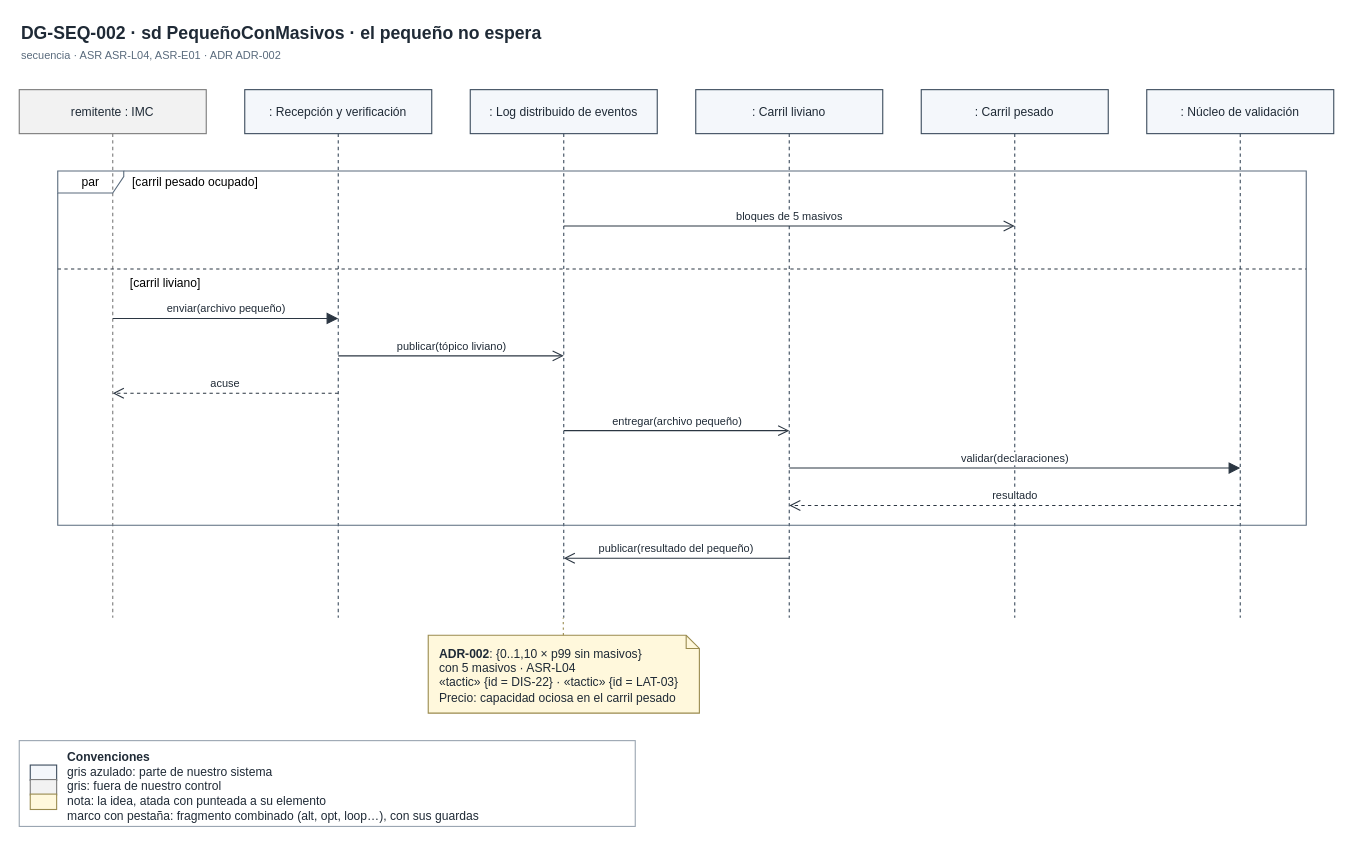
Before: page "DG-SEQ-002 · Aislamiento de carga" (29 of 51) of docs/modelos/drawio/orquidea.drawio in MATI-MBIT/arqsoft-reto-4, a draw.io diagram. Source tidied: cells renumbered, new cells numbered last; positions are measured from the earlier drawing's top-left corner, leaving out a move shared by most shapes. Both pictures are drawn from the tidied source at 110%, with x=0, y=0 at pixel (19, 19).
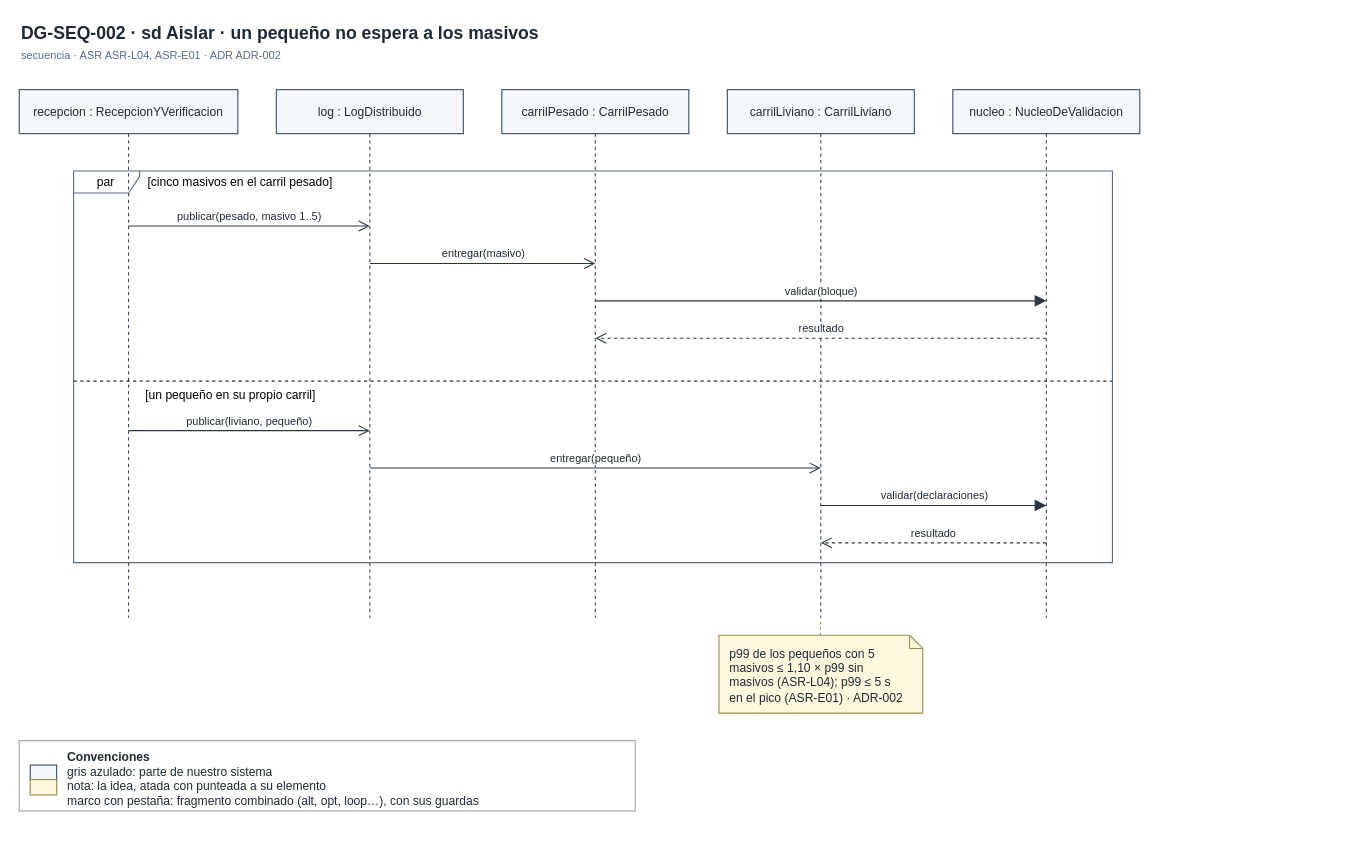
The same page after the edit.

What changed in the source:
```diff
@@
-    <mxCell id="2" value="&lt;b&gt;DG-SEQ-002&lt;/b&gt; · sd PequeñoConMasivos · el pequeño no espera" style="text;html=1;align=left;verticalAlign=middle;fontSize=16;fontStyle=1;fontColor=#1F2A36;" parent="1" vertex="1">
-      <mxGeometry width="1195" height="24" as="geometry" />
+    <mxCell id="2" value="&lt;b&gt;DG-SEQ-002&lt;/b&gt; · sd Aislar · un pequeño no espera a los masivos" style="text;html=1;align=left;verticalAlign=middle;fontSize=16;fontStyle=1;fontColor=#1F2A36;" parent="1" vertex="1">
+      <mxGeometry width="1018.7" height="24" as="geometry" />
     </mxCell>
     <mxCell id="3" value="secuencia · ASR ASR-L04, ASR-E01 · ADR ADR-002" style="text;html=1;align=left;verticalAlign=middle;fontSize=10;fontColor=#5A6B7D;" parent="1" vertex="1">
-      <mxGeometry y="26" width="1195" height="14" as="geometry" />
+      <mxGeometry y="26" width="1018.7" height="14" as="geometry" />
     </mxCell>
-    <mxCell id="4" value="remitente : IMC" style="shape=umlLifeline;perimeter=lifelinePerimeter;whiteSpace=wrap;html=1;outlineConnect=0;portConstraint=eastwest;size=40;fontSize=11;estereotipo=external;fillColor=#F2F2F2;strokeColor=#7A7A7A;fila=T2;fontColor=#1F2A36;" parent="1" vertex="1">
-      <mxGeometry y="64" width="170" height="480" as="geometry" />
-    </mxCell>
-    <mxCell id="5" value=": Recepción y verificación" style="shape=umlLifeline;perimeter=lifelinePerimeter;whiteSpace=wrap;html=1;outlineConnect=0;portConstraint=eastwest;size=40;fontSize=11;fillColor=#F4F7FB;strokeColor=#3B4B5C;fila=T1;fontColor=#1F2A36;" parent="1" vertex="1">
-      <mxGeometry x="205" y="64" width="170" height="480" as="geometry" />
-    </mxCell>
-    <mxCell id="6" value=": Log distribuido de eventos" style="shape=umlLifeline;perimeter=lifelinePerimeter;whiteSpace=wrap;html=1;outlineConnect=0;portConstraint=eastwest;size=40;fontSize=11;fillColor=#F4F7FB;strokeColor=#3B4B5C;fila=T1;fontColor=#1F2A36;" parent="1" vertex="1">
-      <mxGeometry x="410" y="64" width="170" height="480" as="geometry" />
-    </mxCell>
-    <mxCell id="7" value=": Carril liviano" style="shape=umlLifeline;perimeter=lifelinePerimeter;whiteSpace=wrap;html=1;outlineConnect=0;portConstraint=eastwest;size=40;fontSize=11;fillColor=#F4F7FB;strokeColor=#3B4B5C;fila=T1;fontColor=#1F2A36;" parent="1" vertex="1">
-      <mxGeometry x="615" y="64" width="170" height="480" as="geometry" />
-    </mxCell>
-    <mxCell id="8" value=": Carril pesado" style="shape=umlLifeline;perimeter=lifelinePerimeter;whiteSpace=wrap;html=1;outlineConnect=0;portConstraint=eastwest;size=40;fontSize=11;fillColor=#F4F7FB;strokeColor=#3B4B5C;fila=T1;fontColor=#1F2A36;" parent="1" vertex="1">
-      <mxGeometry x="820" y="64" width="170" height="480" as="geometry" />
-    </mxCell>
-    <mxCell id="9" value=": Núcleo de validación" style="shape=umlLifeline;perimeter=lifelinePerimeter;whiteSpace=wrap;html=1;outlineConnect=0;portConstraint=eastwest;size=40;fontSize=11;fillColor=#F4F7FB;strokeColor=#3B4B5C;fila=T1;fontColor=#1F2A36;" parent="1" vertex="1">
-      <mxGeometry x="1025" y="64" width="170" height="480" as="geometry" />
-    </mxCell>
+    <mxCell id="28" value="recepcion : RecepcionYVerificacion" style="shape=umlLifeline;perimeter=lifelinePerimeter;whiteSpace=wrap;html=1;outlineConnect=0;portConstraint=eastwest;size=40;fontSize=11;fillColor=#F4F7FB;strokeColor=#3B4B5C;fila=T1;fontColor=#1F2A36;" parent="1" vertex="1">
+      <mxGeometry y="64" width="198.7" height="480" as="geometry" />
+    </mxCell>
+    <mxCell id="29" value="log : LogDistribuido" style="shape=umlLifeline;perimeter=lifelinePerimeter;whiteSpace=wrap;html=1;outlineConnect=0;portConstraint=eastwest;size=40;fontSize=11;fillColor=#F4F7FB;strokeColor=#3B4B5C;fila=T1;fontColor=#1F2A36;" parent="1" vertex="1">
+      <mxGeometry x="233.7" y="64" width="170" height="480" as="geometry" />
+    </mxCell>
+    <mxCell id="30" value="carrilPesado : CarrilPesado" style="shape=umlLifeline;perimeter=lifelinePerimeter;whiteSpace=wrap;html=1;outlineConnect=0;portConstraint=eastwest;size=40;fontSize=11;fillColor=#F4F7FB;strokeColor=#3B4B5C;fila=T1;fontColor=#1F2A36;" parent="1" vertex="1">
+      <mxGeometry x="438.7" y="64" width="170" height="480" as="geometry" />
+    </mxCell>
+    <mxCell id="31" value="carrilLiviano : CarrilLiviano" style="shape=umlLifeline;perimeter=lifelinePerimeter;whiteSpace=wrap;html=1;outlineConnect=0;portConstraint=eastwest;size=40;fontSize=11;fillColor=#F4F7FB;strokeColor=#3B4B5C;fila=T1;fontColor=#1F2A36;" parent="1" vertex="1">
+      <mxGeometry x="643.7" y="64" width="170" height="480" as="geometry" />
+    </mxCell>
+    <mxCell id="32" value="nucleo : NucleoDeValidacion" style="shape=umlLifeline;perimeter=lifelinePerimeter;whiteSpace=wrap;html=1;outlineConnect=0;portConstraint=eastwest;size=40;fontSize=11;fillColor=#F4F7FB;strokeColor=#3B4B5C;fila=T1;fontColor=#1F2A36;" parent="1" vertex="1">
+      <mxGeometry x="848.7" y="64" width="170" height="480" as="geometry" />
+    </mxCell>
     <mxCell id="10" value="par" style="shape=umlFrame;whiteSpace=wrap;html=1;width=60;height=20;fontSize=11;estereotipo=ninguno;fillColor=none;strokeColor=#5A6B7D;fila=C13;" parent="1" vertex="1">
-      <mxGeometry x="35" y="138" width="1135" height="322" as="geometry" />
+      <mxGeometry x="49.4" y="138" width="944.4" height="356" as="geometry" />
     </mxCell>
-    <mxCell id="11" value="[carril pesado ocupado]" style="text;html=1;align=left;verticalAlign=middle;fontSize=11;" parent="10" vertex="1">
-      <mxGeometry x="66" width="131.5" height="20" as="geometry" />
+    <mxCell id="11" value="[cinco masivos en el carril pesado]" style="text;html=1;align=left;verticalAlign=middle;fontSize=11;" parent="10" vertex="1">
+      <mxGeometry x="66" width="185.8" height="20" as="geometry" />
     </mxCell>
     <mxCell id="12" style="line;strokeWidth=1;dashed=1;html=1;strokeColor=#2B3642;" parent="10" vertex="1">
-      <mxGeometry y="84" width="1135" height="10" as="geometry" />
+      <mxGeometry y="186" width="944.4" height="10" as="geometry" />
     </mxCell>
-    <mxCell id="13" value="[carril liviano]" style="text;html=1;align=left;verticalAlign=middle;fontSize=11;" parent="10" vertex="1">
-      <mxGeometry x="64" y="92" width="80.8" height="20" as="geometry" />
+    <mxCell id="13" value="[un pequeño en su propio carril]" style="text;html=1;align=left;verticalAlign=middle;fontSize=11;" parent="10" vertex="1">
+      <mxGeometry x="64" y="194" width="172.2" height="20" as="geometry" />
     </mxCell>
-    <mxCell id="14" value="bloques de 5 masivos" style="html=1;verticalAlign=bottom;endArrow=open;endSize=8;rounded=0;fontSize=10;labelBackgroundColor=#FFFFFF;strokeColor=#2B3642;fontColor=#1F2A36;exitX=0.5;exitY=0.2583;exitDx=0;exitDy=0;exitPerimeter=0;entryX=0.5;entryY=0.2583;entryDx=0;entryDy=0;entryPerimeter=0;" parent="1" edge="1" source="6" target="8">
+    <mxCell id="14" value="publicar(pesado, masivo 1..5)" style="html=1;verticalAlign=bottom;endArrow=open;endSize=8;rounded=0;fontSize=10;labelBackgroundColor=#FFFFFF;strokeColor=#2B3642;fontColor=#1F2A36;exitX=0.5;exitY=0.2583;exitDx=0;exitDy=0;exitPerimeter=0;entryX=0.5;entryY=0.2583;entryDx=0;entryDy=0;entryPerimeter=0;" parent="1" edge="1" source="28" target="29">
       <mxGeometry relative="1" as="geometry" />
     </mxCell>
-    <mxCell id="15" value="enviar(archivo pequeño)" style="html=1;verticalAlign=bottom;endArrow=block;endFill=1;endSize=8;rounded=0;fontSize=10;labelBackgroundColor=#FFFFFF;strokeColor=#2B3642;fontColor=#1F2A36;exitX=0.5;exitY=0.4333;exitDx=0;exitDy=0;exitPerimeter=0;entryX=0.5;entryY=0.4333;entryDx=0;entryDy=0;entryPerimeter=0;" parent="1" edge="1" source="4" target="5">
+    <mxCell id="15" value="entregar(masivo)" style="html=1;verticalAlign=bottom;endArrow=open;endSize=8;rounded=0;fontSize=10;labelBackgroundColor=#FFFFFF;strokeColor=#2B3642;fontColor=#1F2A36;exitX=0.5;exitY=0.3292;exitDx=0;exitDy=0;exitPerimeter=0;entryX=0.5;entryY=0.3292;entryDx=0;entryDy=0;entryPerimeter=0;" parent="1" edge="1" source="29" target="30">
       <mxGeometry relative="1" as="geometry" />
     </mxCell>
-    <mxCell id="16" value="publicar(tópico liviano)" style="html=1;verticalAlign=bottom;endArrow=open;endSize=8;rounded=0;fontSize=10;labelBackgroundColor=#FFFFFF;strokeColor=#2B3642;fontColor=#1F2A36;exitX=0.5;exitY=0.5042;exitDx=0;exitDy=0;exitPerimeter=0;entryX=0.5;entryY=0.5042;entryDx=0;entryDy=0;entryPerimeter=0;" parent="1" edge="1" source="5" target="6">
+    <mxCell id="16" value="validar(bloque)" style="html=1;verticalAlign=bottom;endArrow=block;endFill=1;endSize=8;rounded=0;fontSize=10;labelBackgroundColor=#FFFFFF;strokeColor=#2B3642;fontColor=#1F2A36;exitX=0.5;exitY=0.4;exitDx=0;exitDy=0;exitPerimeter=0;entryX=0.5;entryY=0.4;entryDx=0;entryDy=0;entryPerimeter=0;" parent="1" edge="1" source="30" target="32">
       <mxGeometry relative="1" as="geometry" />
     </mxCell>
-    <mxCell id="17" value="acuse" style="html=1;verticalAlign=bottom;dashed=1;endArrow=open;endSize=8;rounded=0;fontSize=10;labelBackgroundColor=#FFFFFF;strokeColor=#2B3642;fontColor=#1F2A36;exitX=0.5;exitY=0.575;exitDx=0;exitDy=0;exitPerimeter=0;entryX=0.5;entryY=0.575;entryDx=0;entryDy=0;entryPerimeter=0;" parent="1" edge="1" source="5" target="4">
+    <mxCell id="17" value="resultado" style="html=1;verticalAlign=bottom;dashed=1;endArrow=open;endSize=8;rounded=0;fontSize=10;labelBackgroundColor=#FFFFFF;strokeColor=#2B3642;fontColor=#1F2A36;exitX=0.5;exitY=0.4708;exitDx=0;exitDy=0;exitPerimeter=0;entryX=0.5;entryY=0.4708;entryDx=0;entryDy=0;entryPerimeter=0;" parent="1" edge="1" source="32" target="30">
       <mxGeometry relative="1" as="geometry" />
     </mxCell>
-    <mxCell id="18" value="entregar(archivo pequeño)" style="html=1;verticalAlign=bottom;endArrow=open;endSize=8;rounded=0;fontSize=10;labelBackgroundColor=#FFFFFF;strokeColor=#2B3642;fontColor=#1F2A36;exitX=0.5;exitY=0.6458;exitDx=0;exitDy=0;exitPerimeter=0;entryX=0.5;entryY=0.6458;entryDx=0;entryDy=0;entryPerimeter=0;" parent="1" edge="1" source="6" target="7">
+    <mxCell id="18" value="publicar(liviano, pequeño)" style="html=1;verticalAlign=bottom;endArrow=open;endSize=8;rounded=0;fontSize=10;labelBackgroundColor=#FFFFFF;strokeColor=#2B3642;fontColor=#1F2A36;exitX=0.5;exitY=0.6458;exitDx=0;exitDy=0;exitPerimeter=0;entryX=0.5;entryY=0.6458;entryDx=0;entryDy=0;entryPerimeter=0;" parent="1" edge="1" source="28" target="29">
       <mxGeometry relative="1" as="geometry" />
     </mxCell>
-    <mxCell id="19" value="validar(declaraciones)" style="html=1;verticalAlign=bottom;endArrow=block;endFill=1;endSize=8;rounded=0;fontSize=10;labelBackgroundColor=#FFFFFF;strokeColor=#2B3642;fontColor=#1F2A36;exitX=0.5;exitY=0.7167;exitDx=0;exitDy=0;exitPerimeter=0;entryX=0.5;entryY=0.7167;entryDx=0;entryDy=0;entryPerimeter=0;" parent="1" edge="1" source="7" target="9">
+    <mxCell id="19" value="entregar(pequeño)" style="html=1;verticalAlign=bottom;endArrow=open;endSize=8;rounded=0;fontSize=10;labelBackgroundColor=#FFFFFF;strokeColor=#2B3642;fontColor=#1F2A36;exitX=0.5;exitY=0.7167;exitDx=0;exitDy=0;exitPerimeter=0;entryX=0.5;entryY=0.7167;entryDx=0;entryDy=0;entryPerimeter=0;" parent="1" edge="1" source="29" target="31">
       <mxGeometry relative="1" as="geometry" />
     </mxCell>
-    <mxCell id="20" value="resultado" style="html=1;verticalAlign=bottom;dashed=1;endArrow=open;endSize=8;rounded=0;fontSize=10;labelBackgroundColor=#FFFFFF;strokeColor=#2B3642;fontColor=#1F2A36;exitX=0.5;exitY=0.7875;exitDx=0;exitDy=0;exitPerimeter=0;entryX=0.5;entryY=0.7875;entryDx=0;entryDy=0;entryPerimeter=0;" parent="1" edge="1" source="9" target="7">
+    <mxCell id="20" value="validar(declaraciones)" style="html=1;verticalAlign=bottom;endArrow=block;endFill=1;endSize=8;rounded=0;fontSize=10;labelBackgroundColor=#FFFFFF;strokeColor=#2B3642;fontColor=#1F2A36;exitX=0.5;exitY=0.7875;exitDx=0;exitDy=0;exitPerimeter=0;entryX=0.5;entryY=0.7875;entryDx=0;entryDy=0;entryPerimeter=0;" parent="1" edge="1" source="31" target="32">
       <mxGeometry relative="1" as="geometry" />
     </mxCell>
-    <mxCell id="21" value="publicar(resultado del pequeño)" style="html=1;verticalAlign=bottom;endArrow=open;endSize=8;rounded=0;fontSize=10;labelBackgroundColor=#FFFFFF;strokeColor=#2B3642;fontColor=#1F2A36;exitX=0.5;exitY=0.8875;exitDx=0;exitDy=0;exitPerimeter=0;entryX=0.5;entryY=0.8875;entryDx=0;entryDy=0;entryPerimeter=0;" parent="1" edge="1" source="7" target="6">
+    <mxCell id="21" value="resultado" style="html=1;verticalAlign=bottom;dashed=1;endArrow=open;endSize=8;rounded=0;fontSize=10;labelBackgroundColor=#FFFFFF;strokeColor=#2B3642;fontColor=#1F2A36;exitX=0.5;exitY=0.8583;exitDx=0;exitDy=0;exitPerimeter=0;entryX=0.5;entryY=0.8583;entryDx=0;entryDy=0;entryPerimeter=0;" parent="1" edge="1" source="32" target="31">
       <mxGeometry relative="1" as="geometry" />
     </mxCell>
-    <mxCell id="22" value="&lt;b&gt;ADR-002&lt;/b&gt;: {0..1,10 × p99 sin masivos}&lt;br&gt;con 5 masivos · ASR-L04&lt;br&gt;«tactic» {id = DIS-22} · «tactic» {id = LAT-03}&lt;br&gt;Precio: capacidad ociosa en el carril pesado" style="shape=note;html=1;size=12;fontSize=11;align=left;verticalAlign=top;spacingLeft=8;spacingRight=14;spacingTop=4;estereotipo=ninguno;fillColor=#FFF8DC;strokeColor=#9A8B4F;fila=T8;fontColor=#1F2A36;" parent="1" vertex="1">
-      <mxGeometry x="371.8" y="560" width="246.5" height="70.8" as="geometry" />
-    </mxCell>
-    <mxCell id="23" style="endArrow=none;dashed=1;html=1;strokeColor=#9A8B4F;dashPattern=2 3;" parent="1" edge="1" source="22" target="6">
-      <mxGeometry relative="1" as="geometry" />
-    </mxCell>
+    <mxCell id="33" value="p99 de los pequeños con 5&lt;br&gt;masivos ≤ 1,10 × p99 sin&lt;br&gt;masivos (ASR-L04); p99 ≤ 5 s&lt;br&gt;en el pico (ASR-E01) · ADR-002" style="shape=note;html=1;size=12;fontSize=11;align=left;verticalAlign=top;spacingLeft=8;spacingRight=14;spacingTop=4;estereotipo=ninguno;fillColor=#FFF8DC;strokeColor=#9A8B4F;fila=T8;fontColor=#1F2A36;" parent="1" vertex="1">
+      <mxGeometry x="636.1" y="560" width="185.3" height="70.8" as="geometry" />
+    </mxCell>
+    <mxCell id="34" style="endArrow=none;dashed=1;html=1;strokeColor=#9A8B4F;dashPattern=2 3;" parent="1" edge="1" source="33" target="31">
+      <mxGeometry relative="1" as="geometry" />
+    </mxCell>
-    <mxCell id="24" value="&lt;b&gt;Convenciones&lt;/b&gt;&lt;br&gt;gris azulado: parte de nuestro sistema&lt;br&gt;gris: fuera de nuestro control&lt;br&gt;nota: la idea, atada con punteada a su elemento&lt;br&gt;marco con pestaña: fragmento combinado (alt, opt, loop…), con sus guardas" style="text;rounded=0;whiteSpace=wrap;html=1;fillColor=#FFFFFF;strokeColor=#9AA5B1;align=left;verticalAlign=top;spacingLeft=42;spacingTop=2;fontFamily=Helvetica;fontSize=11;fontColor=#1F2A36;" parent="1" vertex="1">
-      <mxGeometry y="655.8" width="560" height="78" as="geometry" />
+    <mxCell id="24" value="&lt;b&gt;Convenciones&lt;/b&gt;&lt;br&gt;gris azulado: parte de nuestro sistema&lt;br&gt;nota: la idea, atada con punteada a su elemento&lt;br&gt;marco con pestaña: fragmento combinado (alt, opt, loop…), con sus guardas" style="text;rounded=0;whiteSpace=wrap;html=1;fillColor=#FFFFFF;strokeColor=#9AA5B1;align=left;verticalAlign=top;spacingLeft=42;spacingTop=2;fontFamily=Helvetica;fontSize=11;fontColor=#1F2A36;" parent="1" vertex="1">
+      <mxGeometry y="655.8" width="560" height="64" as="geometry" />
     </mxCell>
@@
-    <mxCell id="26" style="text;html=1;fillColor=#F2F2F2;strokeColor=#7A7A7A;" parent="24" vertex="1">
+    <mxCell id="26" style="text;html=1;fillColor=#FFF8DC;strokeColor=#9A8B4F;" parent="24" vertex="1">
       <mxGeometry x="10" y="35.4" width="24" height="14" as="geometry" />
     </mxCell>
-    <mxCell id="27" style="text;html=1;fillColor=#FFF8DC;strokeColor=#9A8B4F;" parent="24" vertex="1">
-      <mxGeometry x="10" y="48.6" width="24" height="14" as="geometry" />
-    </mxCell>
```
